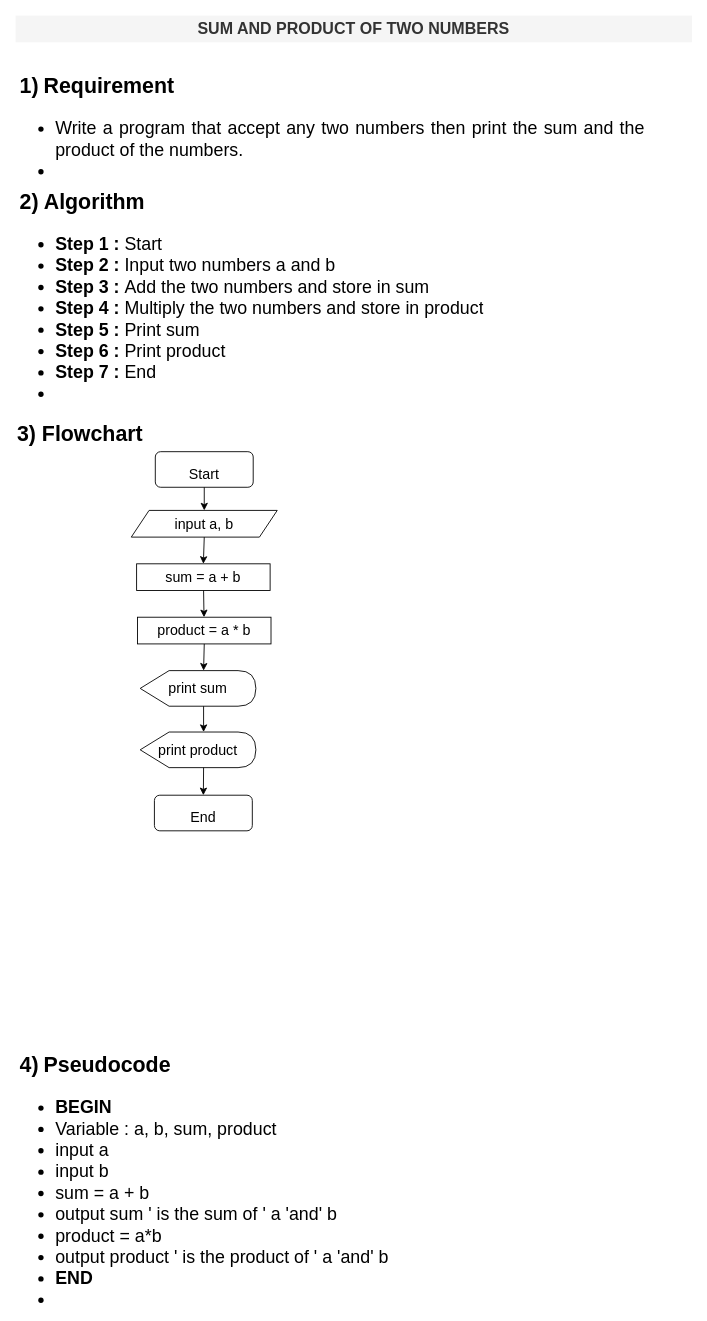
Rekidiang2/p01_algorithm_and_flowchart keeps this draw.io diagram as algo_flowchart/draw.io_algo_flowchart/1.sum and product of two number.drawio. Above is the earlier version. Source tidied: cells renumbered, new cells numbered last; positions are measured from the earlier drawing's top-left corner, leaving out a move shared by most shapes. Both pictures are drawn from the tidied source at 89%, with x=0, y=0 at pixel (15, 15).
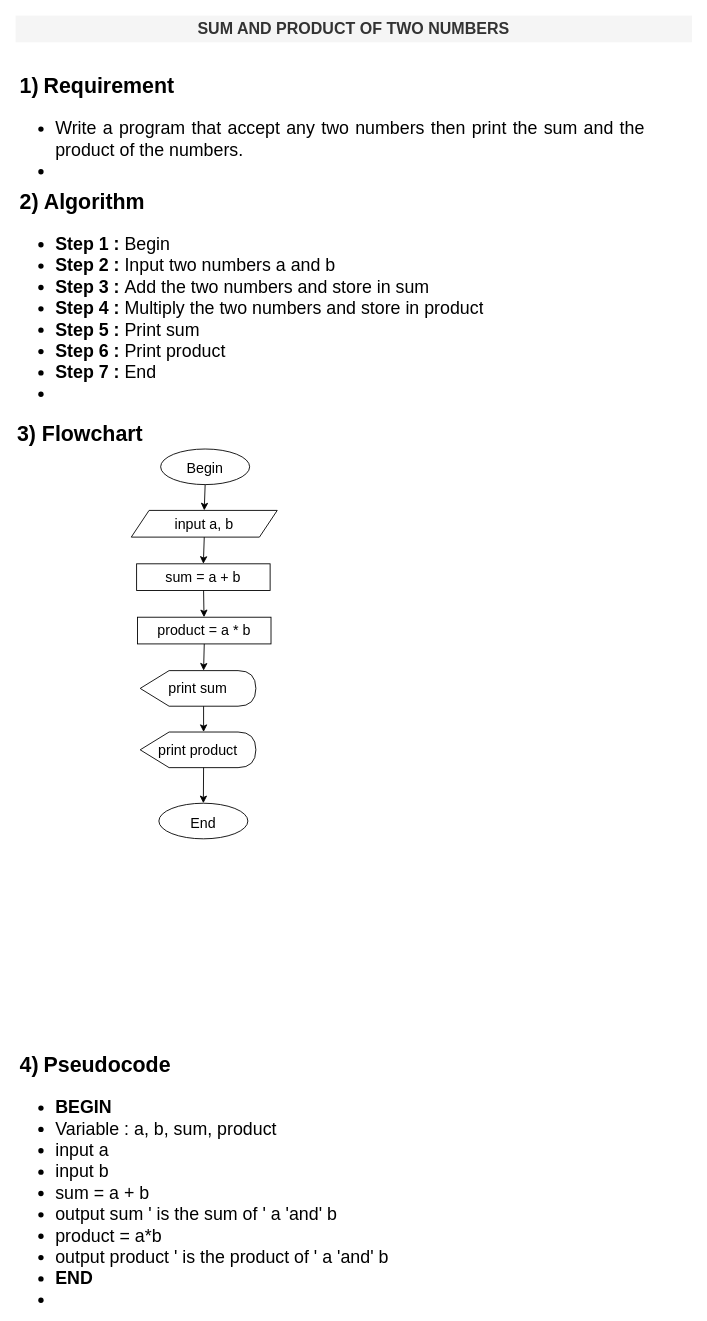
Above is the later version.

Diff of the diagram source:
```diff
@@
 <mxGraphModel>
   <root>
     <mxCell id="0" />
     <mxCell id="1" parent="0" />
     <mxCell id="2" value="&lt;h1&gt;&lt;font style=&quot;font-size: 24px&quot;&gt;1)&lt;/font&gt;&lt;font style=&quot;font-size: 20px&quot;&gt; &lt;/font&gt;&lt;font style=&quot;font-size: 24px&quot;&gt;Requirement&lt;/font&gt;&lt;/h1&gt;&lt;h1 style=&quot;font-size: 20px&quot;&gt;&lt;ul&gt;&lt;li style=&quot;text-align: justify&quot;&gt;&lt;font style=&quot;font-size: 20px&quot;&gt;&lt;span style=&quot;font-weight: normal&quot;&gt;Write a &lt;/span&gt;&lt;span style=&quot;font-weight: 400&quot;&gt;program&lt;/span&gt;&lt;span style=&quot;font-weight: normal&quot;&gt;&amp;nbsp;that accept any two numbers then print the sum and the product of the numbers.&lt;/span&gt;&lt;/font&gt;&lt;/li&gt;&lt;li style=&quot;font-size: 20px&quot;&gt;&lt;/li&gt;&lt;/ul&gt;&lt;/h1&gt;" style="text;html=1;strokeColor=none;fillColor=none;spacing=5;spacingTop=-20;whiteSpace=wrap;overflow=hidden;rounded=0;" parent="1" vertex="1">
       <mxGeometry y="60" width="710" height="130" as="geometry" />
     </mxCell>
     <mxCell id="3" value="&lt;b&gt;&lt;font style=&quot;font-size: 18px&quot;&gt;SUM AND PRODUCT OF TWO NUMBERS&lt;/font&gt;&lt;/b&gt;" style="text;html=1;strokeColor=none;fillColor=#f5f5f5;align=center;verticalAlign=middle;whiteSpace=wrap;rounded=0;fontColor=#333333;" parent="1" vertex="1">
       <mxGeometry width="760" height="30" as="geometry" />
     </mxCell>
     <mxCell id="4" value="&lt;h1&gt;&lt;font style=&quot;font-size: 24px&quot;&gt;3) Flowchart&lt;/font&gt;&lt;/h1&gt;" style="text;html=1;strokeColor=none;fillColor=none;align=left;verticalAlign=middle;whiteSpace=wrap;rounded=0;fontSize=18;" parent="1" vertex="1">
       <mxGeometry y="450" width="210" height="30" as="geometry" />
     </mxCell>
-    <mxCell id="5" value="&lt;font style=&quot;font-size: 16px&quot;&gt;Start&lt;/font&gt;" style="rounded=1;whiteSpace=wrap;html=1;fontSize=30;align=center;" parent="1" vertex="1">
-      <mxGeometry x="157" y="490" width="110" height="40" as="geometry" />
-    </mxCell>
     <mxCell id="6" value="input a, b" style="shape=parallelogram;perimeter=parallelogramPerimeter;whiteSpace=wrap;html=1;fixedSize=1;fontSize=16;" parent="1" vertex="1">
       <mxGeometry x="130" y="556" width="164" height="30" as="geometry" />
     </mxCell>
-    <mxCell id="7" style="endArrow=classic;html=1;rounded=0;fontSize=16;entryX=0.5;entryY=0;entryDx=0;entryDy=0;exitX=0.5;exitY=1;exitDx=0;exitDy=0;" parent="1" edge="1" source="5" target="6">
-      <mxGeometry relative="1" as="geometry" />
-    </mxCell>
+    <mxCell id="20" style="endArrow=classic;html=1;rounded=0;fontSize=16;entryX=0.5;entryY=0;entryDx=0;entryDy=0;exitX=0.5;exitY=1;exitDx=0;exitDy=0;" parent="1" edge="1" source="22" target="6">
+      <mxGeometry relative="1" as="geometry" />
+    </mxCell>
     <mxCell id="8" value="sum = a + b" style="rounded=0;whiteSpace=wrap;html=1;fontSize=16;" parent="1" vertex="1">
       <mxGeometry x="136" y="616" width="150" height="30" as="geometry" />
     </mxCell>
     <mxCell id="9" style="endArrow=classic;html=1;rounded=0;fontSize=16;entryX=0.5;entryY=0;entryDx=0;entryDy=0;exitX=0.5;exitY=1;exitDx=0;exitDy=0;" parent="1" edge="1" source="6" target="8">
       <mxGeometry relative="1" as="geometry" />
     </mxCell>
     <mxCell id="10" value="product = a * b" style="rounded=0;whiteSpace=wrap;html=1;fontSize=16;" parent="1" vertex="1">
       <mxGeometry x="137" y="676" width="150" height="30" as="geometry" />
     </mxCell>
     <mxCell id="11" style="endArrow=classic;html=1;rounded=0;fontSize=16;" parent="1" edge="1" source="8" target="10">
       <mxGeometry relative="1" as="geometry" />
     </mxCell>
     <mxCell id="12" value="print sum" style="shape=display;whiteSpace=wrap;html=1;fontSize=16;" parent="1" vertex="1">
       <mxGeometry x="140" y="736" width="130" height="40" as="geometry" />
     </mxCell>
     <mxCell id="13" style="endArrow=classic;html=1;rounded=0;fontSize=16;entryX=0;entryY=0;entryDx=71.25;entryDy=0;entryPerimeter=0;exitX=0.5;exitY=1;exitDx=0;exitDy=0;" parent="1" edge="1" source="10" target="12">
       <mxGeometry relative="1" as="geometry" />
     </mxCell>
     <mxCell id="14" value="print product" style="shape=display;whiteSpace=wrap;html=1;fontSize=16;" parent="1" vertex="1">
       <mxGeometry x="140" y="805" width="130" height="40" as="geometry" />
     </mxCell>
     <mxCell id="15" style="endArrow=classic;html=1;rounded=0;fontSize=16;entryX=0;entryY=0;entryDx=71.25;entryDy=0;entryPerimeter=0;exitX=0;exitY=0;exitDx=71.25;exitDy=40;exitPerimeter=0;" parent="1" edge="1" source="12" target="14">
       <mxGeometry relative="1" as="geometry" />
     </mxCell>
+    <mxCell id="17" style="endArrow=classic;html=1;rounded=0;fontSize=16;entryX=0.5;entryY=0;entryDx=0;entryDy=0;exitX=0;exitY=0;exitDx=71.25;exitDy=40;exitPerimeter=0;" parent="1" edge="1" source="14" target="16">
+      <mxGeometry relative="1" as="geometry" />
+    </mxCell>
+    <mxCell id="21" value="&lt;h1&gt;&lt;font style=&quot;font-size: 24px&quot;&gt;2) Algorithm&lt;/font&gt;&lt;/h1&gt;&lt;h1 style=&quot;font-size: 20px&quot;&gt;&lt;ul&gt;&lt;li&gt;&lt;font style=&quot;font-size: 20px&quot;&gt;Step 1 :&lt;span style=&quot;font-weight: normal&quot;&gt; Begin&lt;/span&gt;&lt;/font&gt;&lt;/li&gt;&lt;li&gt;&lt;font style=&quot;font-size: 20px&quot;&gt;Step 2 :&lt;span style=&quot;font-weight: normal&quot;&gt;&amp;nbsp;Input two numbers a and b&lt;/span&gt;&lt;/font&gt;&lt;/li&gt;&lt;li&gt;&lt;font style=&quot;font-size: 20px&quot;&gt;Step 3 :&lt;span style=&quot;font-weight: normal&quot;&gt;&amp;nbsp;Add the two numbers and store in sum&lt;/span&gt;&lt;/font&gt;&lt;/li&gt;&lt;li&gt;&lt;font style=&quot;font-size: 20px&quot;&gt;Step 4 :&lt;span style=&quot;font-weight: normal&quot;&gt;&amp;nbsp;Multiply the two numbers and store in product&lt;/span&gt;&lt;/font&gt;&lt;/li&gt;&lt;li&gt;&lt;font style=&quot;font-size: 20px&quot;&gt;Step 5 :&lt;span style=&quot;font-weight: normal&quot;&gt;&amp;nbsp;Print sum&lt;/span&gt;&lt;/font&gt;&lt;/li&gt;&lt;li&gt;&lt;font style=&quot;font-size: 20px&quot;&gt;Step 6 :&lt;span style=&quot;font-weight: normal&quot;&gt;&amp;nbsp;Print product&amp;nbsp;&lt;/span&gt;&lt;/font&gt;&lt;/li&gt;&lt;li&gt;&lt;font style=&quot;font-size: 20px&quot;&gt;Step 7 :&lt;span style=&quot;font-weight: normal&quot;&gt;&amp;nbsp;End&lt;/span&gt;&lt;/font&gt;&lt;/li&gt;&lt;li style=&quot;font-size: 20px&quot;&gt;&lt;/li&gt;&lt;/ul&gt;&lt;/h1&gt;" style="text;html=1;strokeColor=none;fillColor=none;spacing=5;spacingTop=-20;whiteSpace=wrap;overflow=hidden;rounded=0;" parent="1" vertex="1">
+      <mxGeometry y="190" width="710" height="270" as="geometry" />
+    </mxCell>
+    <mxCell id="19" value="&lt;h1&gt;&lt;font style=&quot;font-size: 24px&quot;&gt;4)&lt;/font&gt;&lt;font style=&quot;font-size: 20px&quot;&gt; &lt;/font&gt;&lt;font style=&quot;font-size: 24px&quot;&gt;Pseudocode&lt;/font&gt;&lt;/h1&gt;&lt;h1 style=&quot;font-size: 20px&quot;&gt;&lt;ul&gt;&lt;li style=&quot;text-align: justify&quot;&gt;BEGIN&lt;/li&gt;&lt;li style=&quot;text-align: justify&quot;&gt;&lt;span style=&quot;font-weight: 400&quot;&gt;Variable : a, b, sum, product&lt;/span&gt;&lt;/li&gt;&lt;li style=&quot;text-align: justify&quot;&gt;&lt;span style=&quot;font-weight: 400&quot;&gt;input a&lt;/span&gt;&lt;/li&gt;&lt;li style=&quot;text-align: justify&quot;&gt;&lt;span style=&quot;font-weight: 400&quot;&gt;input b&lt;/span&gt;&lt;/li&gt;&lt;li style=&quot;text-align: justify&quot;&gt;&lt;span style=&quot;font-weight: 400&quot;&gt;sum = a + b&lt;/span&gt;&lt;/li&gt;&lt;li style=&quot;text-align: justify&quot;&gt;&lt;span style=&quot;font-weight: 400&quot;&gt;output sum ' is the sum of ' a 'and' b&lt;/span&gt;&lt;/li&gt;&lt;li style=&quot;text-align: justify&quot;&gt;&lt;span style=&quot;font-weight: 400&quot;&gt;product = a*b&lt;/span&gt;&lt;/li&gt;&lt;li style=&quot;text-align: justify&quot;&gt;&lt;span style=&quot;font-weight: 400&quot;&gt;output product ' is the product of ' a 'and' b&lt;/span&gt;&lt;/li&gt;&lt;li style=&quot;text-align: justify&quot;&gt;END&lt;/li&gt;&lt;li style=&quot;font-size: 20px&quot;&gt;&lt;/li&gt;&lt;/ul&gt;&lt;/h1&gt;" style="text;html=1;strokeColor=none;fillColor=none;spacing=5;spacingTop=-20;whiteSpace=wrap;overflow=hidden;rounded=0;" parent="1" vertex="1">
+      <mxGeometry y="1160" width="710" height="290" as="geometry" />
+    </mxCell>
+    <mxCell id="22" value="&lt;span style=&quot;font-size: 16px&quot;&gt;Begin&lt;/span&gt;" style="ellipse;whiteSpace=wrap;html=1;fontSize=24;" parent="1" vertex="1">
+      <mxGeometry x="163" y="487" width="100" height="40" as="geometry" />
+    </mxCell>
-    <mxCell id="16" value="&lt;font style=&quot;font-size: 16px&quot;&gt;End&lt;/font&gt;" style="rounded=1;whiteSpace=wrap;html=1;fontSize=30;align=center;" parent="1" vertex="1">
-      <mxGeometry x="156" y="876" width="110" height="40" as="geometry" />
+    <mxCell id="16" value="&lt;span style=&quot;font-size: 16px&quot;&gt;End&lt;/span&gt;" style="ellipse;whiteSpace=wrap;html=1;fontSize=24;" parent="1" vertex="1">
+      <mxGeometry x="161" y="885" width="100" height="40" as="geometry" />
     </mxCell>
-    <mxCell id="17" style="endArrow=classic;html=1;rounded=0;fontSize=16;entryX=0.5;entryY=0;entryDx=0;entryDy=0;exitX=0;exitY=0;exitDx=71.25;exitDy=40;exitPerimeter=0;" parent="1" edge="1" source="14" target="16">
-      <mxGeometry relative="1" as="geometry" />
-    </mxCell>
-    <mxCell id="18" value="&lt;h1&gt;&lt;font style=&quot;font-size: 24px&quot;&gt;2) Algorithm&lt;/font&gt;&lt;/h1&gt;&lt;h1 style=&quot;font-size: 20px&quot;&gt;&lt;ul&gt;&lt;li&gt;&lt;font style=&quot;font-size: 20px&quot;&gt;Step 1 :&lt;span style=&quot;font-weight: normal&quot;&gt; Start&lt;/span&gt;&lt;/font&gt;&lt;/li&gt;&lt;li&gt;&lt;font style=&quot;font-size: 20px&quot;&gt;Step 2 :&lt;span style=&quot;font-weight: normal&quot;&gt;&amp;nbsp;Input two numbers a and b&lt;/span&gt;&lt;/font&gt;&lt;/li&gt;&lt;li&gt;&lt;font style=&quot;font-size: 20px&quot;&gt;Step 3 :&lt;span style=&quot;font-weight: normal&quot;&gt;&amp;nbsp;Add the two numbers and store in sum&lt;/span&gt;&lt;/font&gt;&lt;/li&gt;&lt;li&gt;&lt;font style=&quot;font-size: 20px&quot;&gt;Step 4 :&lt;span style=&quot;font-weight: normal&quot;&gt;&amp;nbsp;Multiply the two numbers and store in product&lt;/span&gt;&lt;/font&gt;&lt;/li&gt;&lt;li&gt;&lt;font style=&quot;font-size: 20px&quot;&gt;Step 5 :&lt;span style=&quot;font-weight: normal&quot;&gt;&amp;nbsp;Print sum&lt;/span&gt;&lt;/font&gt;&lt;/li&gt;&lt;li&gt;&lt;font style=&quot;font-size: 20px&quot;&gt;Step 6 :&lt;span style=&quot;font-weight: normal&quot;&gt;&amp;nbsp;Print product&amp;nbsp;&lt;/span&gt;&lt;/font&gt;&lt;/li&gt;&lt;li&gt;&lt;font style=&quot;font-size: 20px&quot;&gt;Step 7 :&lt;span style=&quot;font-weight: normal&quot;&gt;&amp;nbsp;End&lt;/span&gt;&lt;/font&gt;&lt;/li&gt;&lt;li style=&quot;font-size: 20px&quot;&gt;&lt;/li&gt;&lt;/ul&gt;&lt;/h1&gt;" style="text;html=1;strokeColor=none;fillColor=none;spacing=5;spacingTop=-20;whiteSpace=wrap;overflow=hidden;rounded=0;" parent="1" vertex="1">
-      <mxGeometry y="190" width="710" height="270" as="geometry" />
-    </mxCell>
-    <mxCell id="19" value="&lt;h1&gt;&lt;font style=&quot;font-size: 24px&quot;&gt;4)&lt;/font&gt;&lt;font style=&quot;font-size: 20px&quot;&gt; &lt;/font&gt;&lt;font style=&quot;font-size: 24px&quot;&gt;Pseudocode&lt;/font&gt;&lt;/h1&gt;&lt;h1 style=&quot;font-size: 20px&quot;&gt;&lt;ul&gt;&lt;li style=&quot;text-align: justify&quot;&gt;BEGIN&lt;/li&gt;&lt;li style=&quot;text-align: justify&quot;&gt;&lt;span style=&quot;font-weight: 400&quot;&gt;Variable : a, b, sum, product&lt;/span&gt;&lt;/li&gt;&lt;li style=&quot;text-align: justify&quot;&gt;&lt;span style=&quot;font-weight: 400&quot;&gt;input a&lt;/span&gt;&lt;/li&gt;&lt;li style=&quot;text-align: justify&quot;&gt;&lt;span style=&quot;font-weight: 400&quot;&gt;input b&lt;/span&gt;&lt;/li&gt;&lt;li style=&quot;text-align: justify&quot;&gt;&lt;span style=&quot;font-weight: 400&quot;&gt;sum = a + b&lt;/span&gt;&lt;/li&gt;&lt;li style=&quot;text-align: justify&quot;&gt;&lt;span style=&quot;font-weight: 400&quot;&gt;output sum ' is the sum of ' a 'and' b&lt;/span&gt;&lt;/li&gt;&lt;li style=&quot;text-align: justify&quot;&gt;&lt;span style=&quot;font-weight: 400&quot;&gt;product = a*b&lt;/span&gt;&lt;/li&gt;&lt;li style=&quot;text-align: justify&quot;&gt;&lt;span style=&quot;font-weight: 400&quot;&gt;output product ' is the product of ' a 'and' b&lt;/span&gt;&lt;/li&gt;&lt;li style=&quot;text-align: justify&quot;&gt;END&lt;/li&gt;&lt;li style=&quot;font-size: 20px&quot;&gt;&lt;/li&gt;&lt;/ul&gt;&lt;/h1&gt;" style="text;html=1;strokeColor=none;fillColor=none;spacing=5;spacingTop=-20;whiteSpace=wrap;overflow=hidden;rounded=0;" parent="1" vertex="1">
-      <mxGeometry y="1160" width="710" height="290" as="geometry" />
-    </mxCell>
   </root>
 </mxGraphModel>
```
